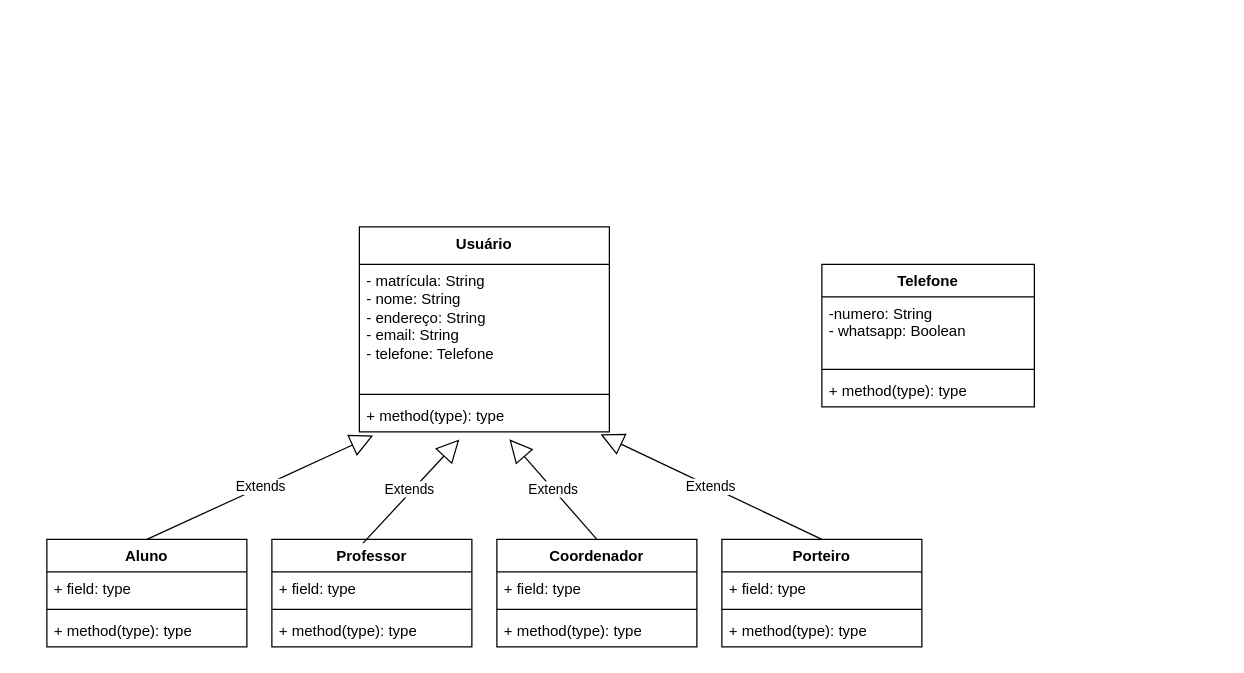
Before: diagrama.drawio in analinda444/mikeeee, a draw.io diagram. Source tidied: cells renumbered, new cells numbered last; positions are measured from the earlier drawing's top-left corner, leaving out a move shared by most shapes. Both pictures are drawn from the tidied source at 125%, with x=0, y=0 at pixel (46, 226).
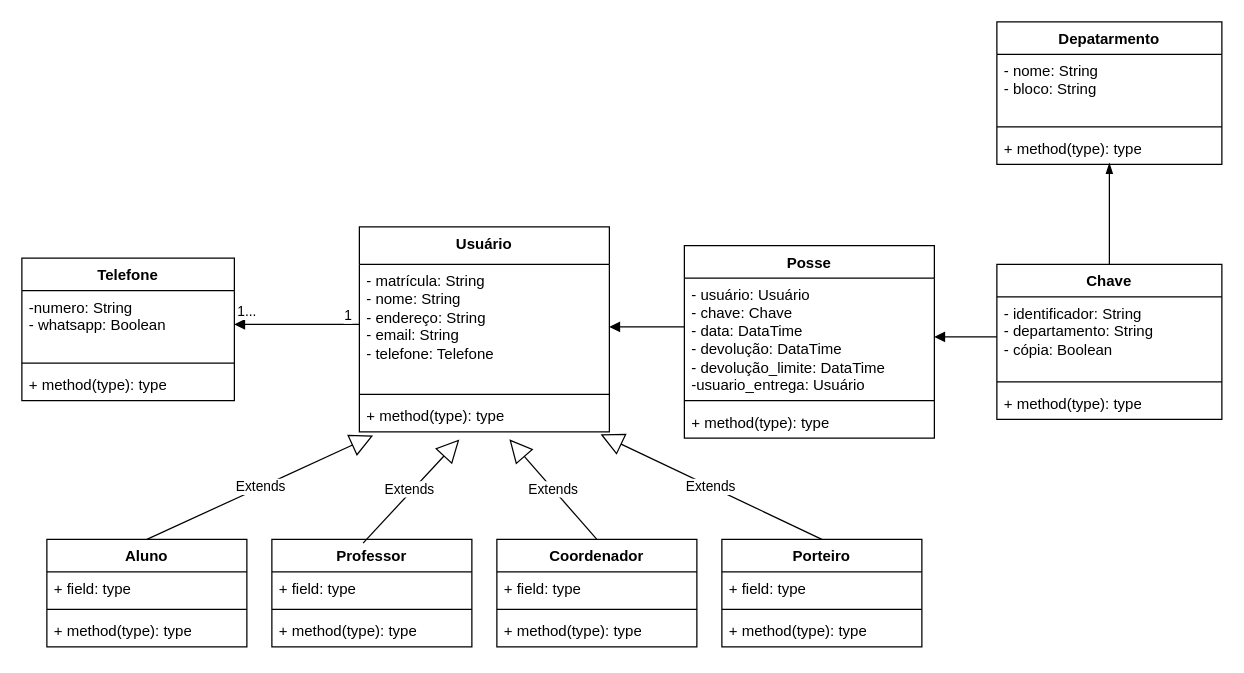
The same diagram, later.

Unchanged cells that the change refers to:
```xml
<mxCell id="3" value="- matrícula: String&lt;br&gt;- nome: String&lt;br&gt;- endereço: String&lt;br&gt;- email: String&lt;br&gt;- telefone: Telefone" style="text;strokeColor=none;fillColor=none;align=left;verticalAlign=top;spacingLeft=4;spacingRight=4;overflow=hidden;points=[[0,0.5],[1,0.5]];portConstraint=eastwest;whiteSpace=wrap;html=1;" parent="2" vertex="1">
  <mxGeometry y="30" width="200" height="100" as="geometry" />
</mxCell>
<mxCell id="6" value="Professor" style="swimlane;fontStyle=1;align=center;verticalAlign=top;horizontal=1;startSize=26;whiteSpace=wrap;html=1;" parent="1" vertex="1">
  <mxGeometry x="180" y="250" width="160" height="86" as="geometry" />
</mxCell>
<mxCell id="27" value="-numero: String&lt;br&gt;- whatsapp: Boolean" style="text;strokeColor=none;fillColor=none;align=left;verticalAlign=top;spacingLeft=4;spacingRight=4;overflow=hidden;points=[[0,0.5],[1,0.5]];portConstraint=eastwest;whiteSpace=wrap;html=1;" parent="26" vertex="1">
  <mxGeometry y="26" width="170" height="54" as="geometry" />
</mxCell>
```

The edit, as a diff of the source:
```diff
@@
-    <mxCell id="19" value="Extends" style="endArrow=block;endSize=16;endFill=0;html=1;rounded=0;exitX=0.456;exitY=0.035;exitDx=0;exitDy=0;exitPerimeter=0;" parent="1" edge="1" source="6">
+    <mxCell id="19" value="Extends" style="endArrow=block;endSize=16;endFill=0;html=1;rounded=0;exitX=0.456;exitY=0.035;exitDx=0;exitDy=0;exitPerimeter=0;fillColor=#f5f5f5;strokeColor=#000000;" parent="1" edge="1" source="6">
       <mxGeometry y="2" relative="1" as="geometry">
         <mxPoint x="330" y="170" as="targetPoint" />
       </mxGeometry>
     </mxCell>
@@
     <mxCell id="26" value="Telefone" style="swimlane;fontStyle=1;align=center;verticalAlign=top;horizontal=1;startSize=26;whiteSpace=wrap;html=1;" parent="1" vertex="1">
-      <mxGeometry x="620" y="30" width="170" height="114" as="geometry" />
+      <mxGeometry x="-20" y="25" width="170" height="114" as="geometry" />
     </mxCell>
@@
+    <mxCell id="30" style="html=1;verticalAlign=bottom;endArrow=block;curved=0;rounded=0;entryX=1;entryY=0.5;entryDx=0;entryDy=0;" parent="1" edge="1" target="27">
+      <mxGeometry relative="1" as="geometry">
+        <mxPoint x="250" y="78" as="sourcePoint" />
+      </mxGeometry>
+    </mxCell>
+    <mxCell id="31" value="1" style="edgeLabel;html=1;align=center;verticalAlign=middle;" parent="30" vertex="1">
+      <mxGeometry x="-0.34" y="2" relative="1" as="geometry">
+        <mxPoint x="23" y="-10" as="offset" />
+      </mxGeometry>
+    </mxCell>
+    <mxCell id="32" value="1..." style="edgeLabel;html=1;align=center;verticalAlign=middle;" parent="1" vertex="1">
+      <mxGeometry x="180" y="40" as="geometry">
+        <mxPoint x="-21" y="27" as="offset" />
+      </mxGeometry>
+    </mxCell>
+    <mxCell id="33" value="Chave" style="swimlane;fontStyle=1;align=center;verticalAlign=top;horizontal=1;startSize=26;whiteSpace=wrap;html=1;" parent="1" vertex="1">
+      <mxGeometry x="760" y="30" width="180" height="124" as="geometry" />
+    </mxCell>
+    <mxCell id="34" value="- identificador: String&lt;br&gt;- departamento: String&lt;br&gt;- cópia: Boolean" style="text;strokeColor=none;fillColor=none;align=left;verticalAlign=top;spacingLeft=4;spacingRight=4;overflow=hidden;points=[[0,0.5],[1,0.5]];portConstraint=eastwest;whiteSpace=wrap;html=1;" parent="33" vertex="1">
+      <mxGeometry y="26" width="180" height="64" as="geometry" />
+    </mxCell>
+    <mxCell id="35" style="line;strokeWidth=1;fillColor=none;align=left;verticalAlign=middle;spacingTop=-1;spacingLeft=3;spacingRight=3;labelPosition=right;strokeColor=inherit;" parent="33" vertex="1">
+      <mxGeometry y="90" width="180" height="8" as="geometry" />
+    </mxCell>
+    <mxCell id="36" value="+ method(type): type" style="text;strokeColor=none;fillColor=none;align=left;verticalAlign=top;spacingLeft=4;spacingRight=4;overflow=hidden;whiteSpace=wrap;html=1;" parent="33" vertex="1">
+      <mxGeometry y="98" width="180" height="26" as="geometry" />
+    </mxCell>
+    <mxCell id="37" value="Posse" style="swimlane;fontStyle=1;align=center;verticalAlign=top;horizontal=1;startSize=26;whiteSpace=wrap;html=1;" parent="1" vertex="1">
+      <mxGeometry x="510" y="15" width="200" height="154" as="geometry" />
+    </mxCell>
+    <mxCell id="38" value="- usuário: Usuário&lt;br&gt;- chave: Chave&lt;br&gt;- data: DataTime&lt;br&gt;- devolução: DataTime&lt;br&gt;- devolução_limite: DataTime&lt;br&gt;-usuario_entrega: Usuário" style="text;strokeColor=none;fillColor=none;align=left;verticalAlign=top;spacingLeft=4;spacingRight=4;overflow=hidden;points=[[0,0.5],[1,0.5]];portConstraint=eastwest;whiteSpace=wrap;html=1;" parent="37" vertex="1">
+      <mxGeometry y="26" width="200" height="94" as="geometry" />
+    </mxCell>
+    <mxCell id="39" style="line;strokeWidth=1;fillColor=none;align=left;verticalAlign=middle;spacingTop=-1;spacingLeft=3;spacingRight=3;labelPosition=right;strokeColor=inherit;" parent="37" vertex="1">
+      <mxGeometry y="120" width="200" height="8" as="geometry" />
+    </mxCell>
+    <mxCell id="40" value="+ method(type): type" style="text;strokeColor=none;fillColor=none;align=left;verticalAlign=top;spacingLeft=4;spacingRight=4;overflow=hidden;whiteSpace=wrap;html=1;" parent="37" vertex="1">
+      <mxGeometry y="128" width="200" height="26" as="geometry" />
+    </mxCell>
+    <mxCell id="41" style="html=1;verticalAlign=bottom;endArrow=block;curved=0;rounded=0;entryX=1;entryY=0.5;entryDx=0;entryDy=0;" parent="1" edge="1" target="3">
+      <mxGeometry relative="1" as="geometry">
+        <mxPoint x="510" y="80" as="sourcePoint" />
+      </mxGeometry>
+    </mxCell>
+    <mxCell id="42" style="html=1;verticalAlign=bottom;endArrow=block;curved=0;rounded=0;entryX=1;entryY=0.5;entryDx=0;entryDy=0;exitX=0;exitY=0.5;exitDx=0;exitDy=0;" parent="1" edge="1" source="34" target="38">
+      <mxGeometry relative="1" as="geometry" />
+    </mxCell>
+    <mxCell id="43" value="Depatarmento" style="swimlane;fontStyle=1;align=center;verticalAlign=top;horizontal=1;startSize=26;whiteSpace=wrap;html=1;" parent="1" vertex="1">
+      <mxGeometry x="760" y="-164" width="180" height="114" as="geometry" />
+    </mxCell>
+    <mxCell id="44" value="- nome: String&lt;br&gt;- bloco: String" style="text;strokeColor=none;fillColor=none;align=left;verticalAlign=top;spacingLeft=4;spacingRight=4;overflow=hidden;whiteSpace=wrap;html=1;" parent="43" vertex="1">
+      <mxGeometry y="26" width="180" height="54" as="geometry" />
+    </mxCell>
+    <mxCell id="45" style="line;strokeWidth=1;fillColor=none;align=left;verticalAlign=middle;spacingTop=-1;spacingLeft=3;spacingRight=3;labelPosition=right;strokeColor=inherit;" parent="43" vertex="1">
+      <mxGeometry y="80" width="180" height="8" as="geometry" />
+    </mxCell>
+    <mxCell id="46" value="+ method(type): type" style="text;strokeColor=none;fillColor=none;align=left;verticalAlign=top;spacingLeft=4;spacingRight=4;overflow=hidden;points=[[0,0.5],[1,0.5]];portConstraint=eastwest;whiteSpace=wrap;html=1;" parent="43" vertex="1">
+      <mxGeometry y="88" width="180" height="26" as="geometry" />
+    </mxCell>
+    <mxCell id="47" style="endArrow=blockThin;endFill=1;endSize=6;html=1;rounded=0;exitX=0.5;exitY=0;exitDx=0;exitDy=0;entryX=0.5;entryY=0.962;entryDx=0;entryDy=0;entryPerimeter=0;" parent="1" edge="1" source="33" target="46">
+      <mxGeometry relative="1" as="geometry" />
+    </mxCell>
```
